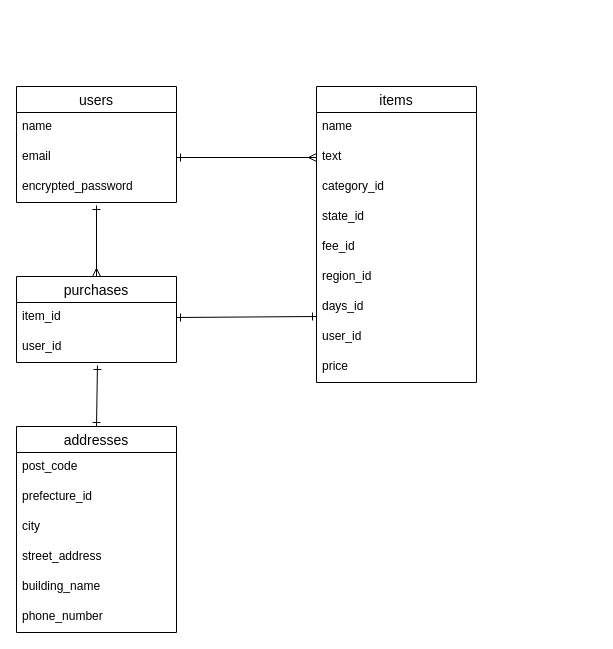
Before: ER.dio in teshio0512/furima-41339, a draw.io diagram. Source tidied: cells renumbered, new cells numbered last; positions are measured from the earlier drawing's top-left corner, leaving out a move shared by most shapes. Both pictures are drawn from the tidied source at 100%, with x=0, y=0 at pixel (16, 86).
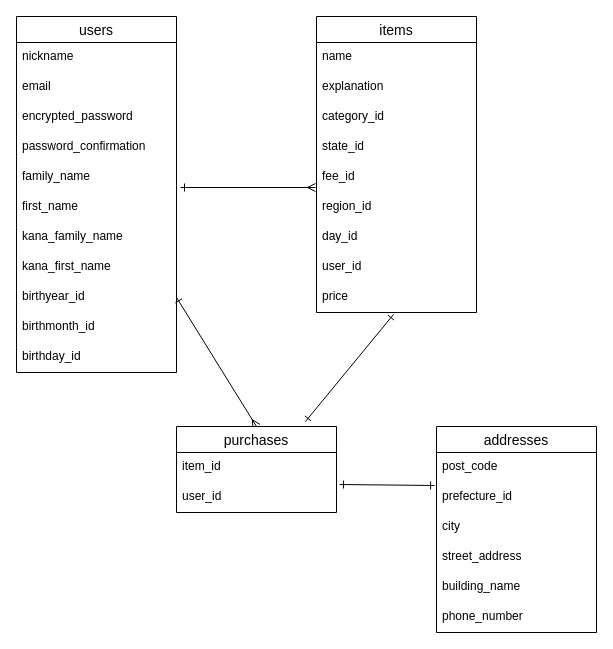
Above is the later version.

Unchanged cells that the change refers to:
```xml
<mxCell id="4" value="email" style="text;strokeColor=none;fillColor=none;spacingLeft=4;spacingRight=4;overflow=hidden;points=[[0,0.5],[1,0.5]];portConstraint=eastwest;fontSize=12;" parent="2" vertex="1">
  <mxGeometry y="56" width="160" height="30" as="geometry" />
</mxCell>
<mxCell id="5" value="encrypted_password" style="text;strokeColor=none;fillColor=none;spacingLeft=4;spacingRight=4;overflow=hidden;points=[[0,0.5],[1,0.5]];portConstraint=eastwest;fontSize=12;" parent="2" vertex="1">
  <mxGeometry y="86" width="160" height="30" as="geometry" />
</mxCell>
<mxCell id="11" value="fee_id" style="text;strokeColor=none;fillColor=none;spacingLeft=4;spacingRight=4;overflow=hidden;points=[[0,0.5],[1,0.5]];portConstraint=eastwest;fontSize=12;" parent="6" vertex="1">
  <mxGeometry y="146" width="160" height="30" as="geometry" />
</mxCell>
<mxCell id="15" value="price" style="text;strokeColor=none;fillColor=none;spacingLeft=4;spacingRight=4;overflow=hidden;points=[[0,0.5],[1,0.5]];portConstraint=eastwest;fontSize=12;" parent="6" vertex="1">
  <mxGeometry y="266" width="160" height="30" as="geometry" />
</mxCell>
<mxCell id="19" value="item_id" style="text;strokeColor=none;fillColor=none;spacingLeft=4;spacingRight=4;overflow=hidden;points=[[0,0.5],[1,0.5]];portConstraint=eastwest;fontSize=12;" parent="18" vertex="1">
  <mxGeometry y="26" width="160" height="30" as="geometry" />
</mxCell>
<mxCell id="20" value="user_id" style="text;strokeColor=none;fillColor=none;spacingLeft=4;spacingRight=4;overflow=hidden;points=[[0,0.5],[1,0.5]];portConstraint=eastwest;fontSize=12;" parent="18" vertex="1">
  <mxGeometry y="56" width="160" height="30" as="geometry" />
</mxCell>
<mxCell id="25" value="prefecture_id" style="text;strokeColor=none;fillColor=none;spacingLeft=4;spacingRight=4;overflow=hidden;points=[[0,0.5],[1,0.5]];portConstraint=eastwest;fontSize=12;" parent="23" vertex="1">
  <mxGeometry y="56" width="160" height="30" as="geometry" />
</mxCell>
```

Change to the diagram source:
```diff
@@
     <mxCell id="2" value="users" style="swimlane;fontStyle=0;horizontal=1;startSize=26;align=center;fontSize=14;" parent="1" vertex="1">
-      <mxGeometry width="160" height="116" as="geometry" />
+      <mxGeometry y="-70" width="160" height="356" as="geometry" />
     </mxCell>
-    <mxCell id="3" value="name" style="text;strokeColor=none;fillColor=none;spacingLeft=4;spacingRight=4;overflow=hidden;points=[[0,0.5],[1,0.5]];portConstraint=eastwest;fontSize=12;" parent="2" vertex="1">
-      <mxGeometry y="26" width="160" height="30" as="geometry" />
-    </mxCell>
+    <mxCell id="30" value="nickname" style="text;strokeColor=none;fillColor=none;spacingLeft=4;spacingRight=4;overflow=hidden;fontSize=12;" parent="2" vertex="1">
+      <mxGeometry y="26" width="160" height="30" as="geometry" />
+    </mxCell>
@@
+    <mxCell id="31" value="password_confirmation" style="text;strokeColor=none;fillColor=none;spacingLeft=4;spacingRight=4;overflow=hidden;fontSize=12;" parent="2" vertex="1">
+      <mxGeometry y="116" width="160" height="30" as="geometry" />
+    </mxCell>
+    <mxCell id="3" value="family_name" style="text;strokeColor=none;fillColor=none;spacingLeft=4;spacingRight=4;overflow=hidden;points=[[0,0.5],[1,0.5]];portConstraint=eastwest;fontSize=12;" parent="2" vertex="1">
+      <mxGeometry y="146" width="160" height="30" as="geometry" />
+    </mxCell>
+    <mxCell id="32" value="first_name" style="text;strokeColor=none;fillColor=none;spacingLeft=4;spacingRight=4;overflow=hidden;fontSize=12;" parent="2" vertex="1">
+      <mxGeometry y="176" width="160" height="30" as="geometry" />
+    </mxCell>
+    <mxCell id="33" value="kana_family_name" style="text;strokeColor=none;fillColor=none;spacingLeft=4;spacingRight=4;overflow=hidden;fontSize=12;" parent="2" vertex="1">
+      <mxGeometry y="206" width="160" height="30" as="geometry" />
+    </mxCell>
+    <mxCell id="34" value="kana_first_name" style="text;strokeColor=none;fillColor=none;spacingLeft=4;spacingRight=4;overflow=hidden;fontSize=12;" parent="2" vertex="1">
+      <mxGeometry y="236" width="160" height="30" as="geometry" />
+    </mxCell>
+    <mxCell id="35" value="birthyear_id" style="text;strokeColor=none;fillColor=none;spacingLeft=4;spacingRight=4;overflow=hidden;points=[[0,0.5],[1,0.5]];portConstraint=eastwest;fontSize=12;" parent="2" vertex="1">
+      <mxGeometry y="266" width="160" height="30" as="geometry" />
+    </mxCell>
+    <mxCell id="36" value="birthmonth_id" style="text;strokeColor=none;fillColor=none;spacingLeft=4;spacingRight=4;overflow=hidden;fontSize=12;" parent="2" vertex="1">
+      <mxGeometry y="296" width="160" height="30" as="geometry" />
+    </mxCell>
+    <mxCell id="37" value="birthday_id" style="text;strokeColor=none;fillColor=none;spacingLeft=4;spacingRight=4;overflow=hidden;fontSize=12;" parent="2" vertex="1">
+      <mxGeometry y="326" width="160" height="30" as="geometry" />
+    </mxCell>
     <mxCell id="6" value="items" style="swimlane;fontStyle=0;horizontal=1;startSize=26;align=center;fontSize=14;" parent="1" vertex="1">
-      <mxGeometry x="300" width="160" height="296" as="geometry" />
+      <mxGeometry x="300" y="-70" width="160" height="296" as="geometry" />
     </mxCell>
@@
-    <mxCell id="8" value="text" style="text;strokeColor=none;fillColor=none;spacingLeft=4;spacingRight=4;overflow=hidden;points=[[0,0.5],[1,0.5]];portConstraint=eastwest;fontSize=12;" parent="6" vertex="1">
+    <mxCell id="8" value="explanation" style="text;strokeColor=none;fillColor=none;spacingLeft=4;spacingRight=4;overflow=hidden;points=[[0,0.5],[1,0.5]];portConstraint=eastwest;fontSize=12;" parent="6" vertex="1">
       <mxGeometry y="56" width="160" height="30" as="geometry" />
     </mxCell>
@@
-    <mxCell id="13" value="days_id" style="text;strokeColor=none;fillColor=none;spacingLeft=4;spacingRight=4;overflow=hidden;fontSize=12;" parent="6" vertex="1">
+    <mxCell id="13" value="day_id" style="text;strokeColor=none;fillColor=none;spacingLeft=4;spacingRight=4;overflow=hidden;fontSize=12;" parent="6" vertex="1">
       <mxGeometry y="206" width="160" height="30" as="geometry" />
     </mxCell>
@@
-    <mxCell id="16" style="edgeStyle=none;html=1;exitX=0;exitY=0.5;exitDx=0;exitDy=0;entryX=1;entryY=0.5;entryDx=0;entryDy=0;startArrow=ERmany;startFill=0;targetPerimeterSpacing=0;endArrow=ERone;endFill=0;" parent="1" edge="1" source="8" target="4">
+    <mxCell id="16" style="edgeStyle=none;html=1;entryX=1.025;entryY=0.833;entryDx=0;entryDy=0;startArrow=ERmany;startFill=0;targetPerimeterSpacing=0;endArrow=ERone;endFill=0;entryPerimeter=0;exitX=-0.006;exitY=0.833;exitDx=0;exitDy=0;exitPerimeter=0;" parent="1" edge="1" source="11" target="3">
       <mxGeometry relative="1" as="geometry" />
     </mxCell>
-    <mxCell id="17" style="edgeStyle=none;html=1;exitX=0.5;exitY=0;exitDx=0;exitDy=0;entryX=0.5;entryY=1.1;entryDx=0;entryDy=0;entryPerimeter=0;startArrow=ERmany;startFill=0;endArrow=ERone;endFill=0;targetPerimeterSpacing=0;" parent="1" edge="1" source="18" target="5">
+    <mxCell id="17" style="edgeStyle=none;html=1;exitX=0.5;exitY=0;exitDx=0;exitDy=0;startArrow=ERmany;startFill=0;endArrow=ERone;endFill=0;targetPerimeterSpacing=0;entryX=1;entryY=0.5;entryDx=0;entryDy=0;" parent="1" edge="1" source="18" target="35">
       <mxGeometry relative="1" as="geometry" />
     </mxCell>
     <mxCell id="18" value="purchases" style="swimlane;fontStyle=0;horizontal=1;startSize=26;align=center;fontSize=14;" parent="1" vertex="1">
-      <mxGeometry y="190" width="160" height="86" as="geometry" />
+      <mxGeometry x="160" y="340" width="160" height="86" as="geometry" />
     </mxCell>
@@
-    <mxCell id="21" style="edgeStyle=none;html=1;exitX=1;exitY=0.5;exitDx=0;exitDy=0;startArrow=ERone;startFill=0;endArrow=ERone;endFill=0;targetPerimeterSpacing=0;" parent="1" edge="1" source="19">
-      <mxGeometry relative="1" as="geometry">
-        <mxPoint x="300" y="230" as="targetPoint" />
-      </mxGeometry>
+    <mxCell id="21" style="edgeStyle=none;html=1;exitX=0.806;exitY=-0.058;exitDx=0;exitDy=0;startArrow=ERone;startFill=0;endArrow=ERone;endFill=0;targetPerimeterSpacing=0;entryX=0.481;entryY=1.067;entryDx=0;entryDy=0;entryPerimeter=0;exitPerimeter=0;" parent="1" edge="1" source="18" target="15">
+      <mxGeometry relative="1" as="geometry" />
     </mxCell>
-    <mxCell id="22" style="edgeStyle=none;html=1;exitX=0.5;exitY=0;exitDx=0;exitDy=0;startArrow=ERone;startFill=0;endArrow=ERone;endFill=0;targetPerimeterSpacing=0;entryX=0.506;entryY=1.1;entryDx=0;entryDy=0;entryPerimeter=0;" parent="1" edge="1" source="23" target="20">
+    <mxCell id="22" style="edgeStyle=none;html=1;exitX=-0.012;exitY=0.1;exitDx=0;exitDy=0;startArrow=ERone;startFill=0;endArrow=ERone;endFill=0;targetPerimeterSpacing=0;entryX=1.019;entryY=1.067;entryDx=0;entryDy=0;entryPerimeter=0;exitPerimeter=0;" parent="1" edge="1" source="25" target="19">
       <mxGeometry relative="1" as="geometry" />
     </mxCell>
     <mxCell id="23" value="addresses" style="swimlane;fontStyle=0;horizontal=1;startSize=26;align=center;fontSize=14;" parent="1" vertex="1">
-      <mxGeometry y="340" width="160" height="206" as="geometry" />
+      <mxGeometry x="420" y="340" width="160" height="206" as="geometry" />
     </mxCell>
```
